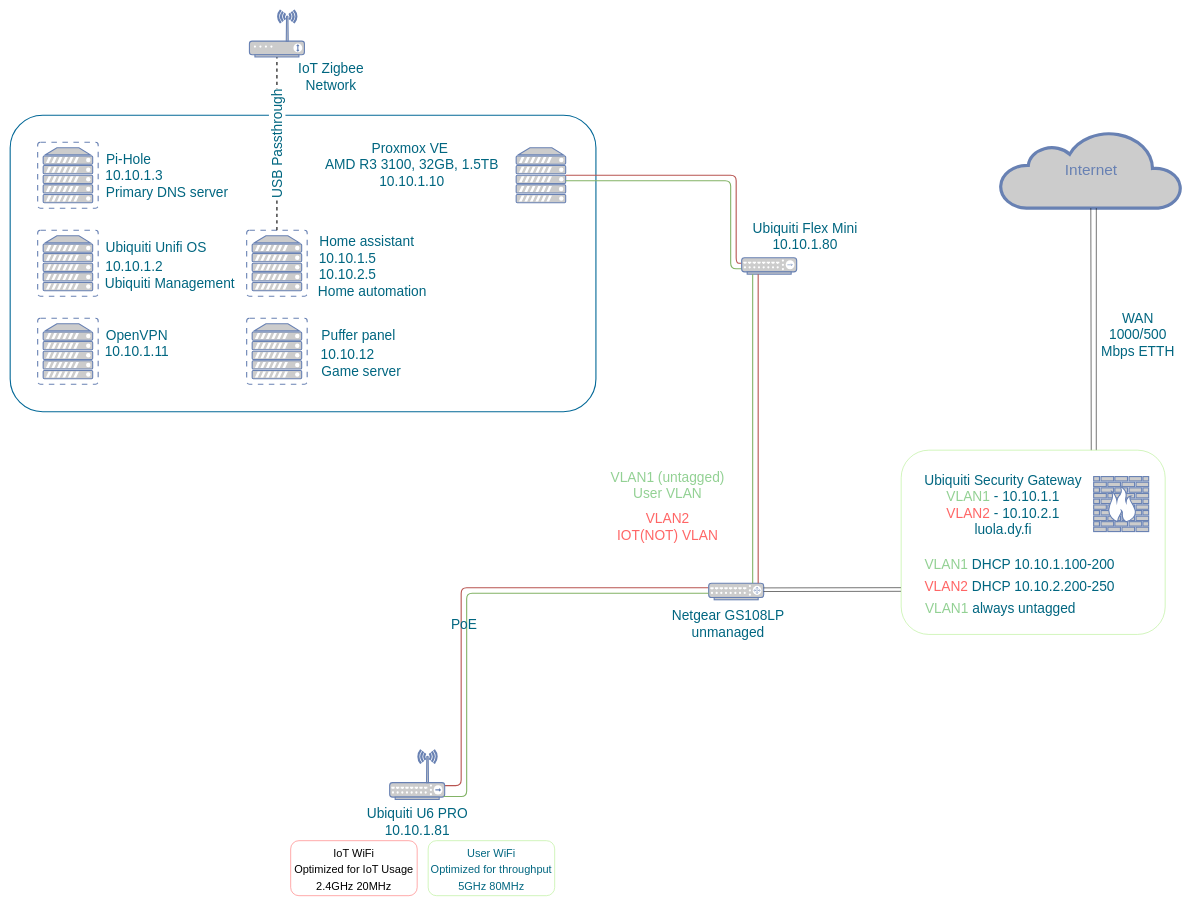
Before: Drawio/network.drawio in Vili-B/HomeLab, a draw.io diagram. Source tidied: cells renumbered, new cells numbered last; positions are measured from the earlier drawing's top-left corner, leaving out a move shared by most shapes. Both pictures are drawn from the tidied source at 55%, with x=0, y=0 at pixel (10, 10).
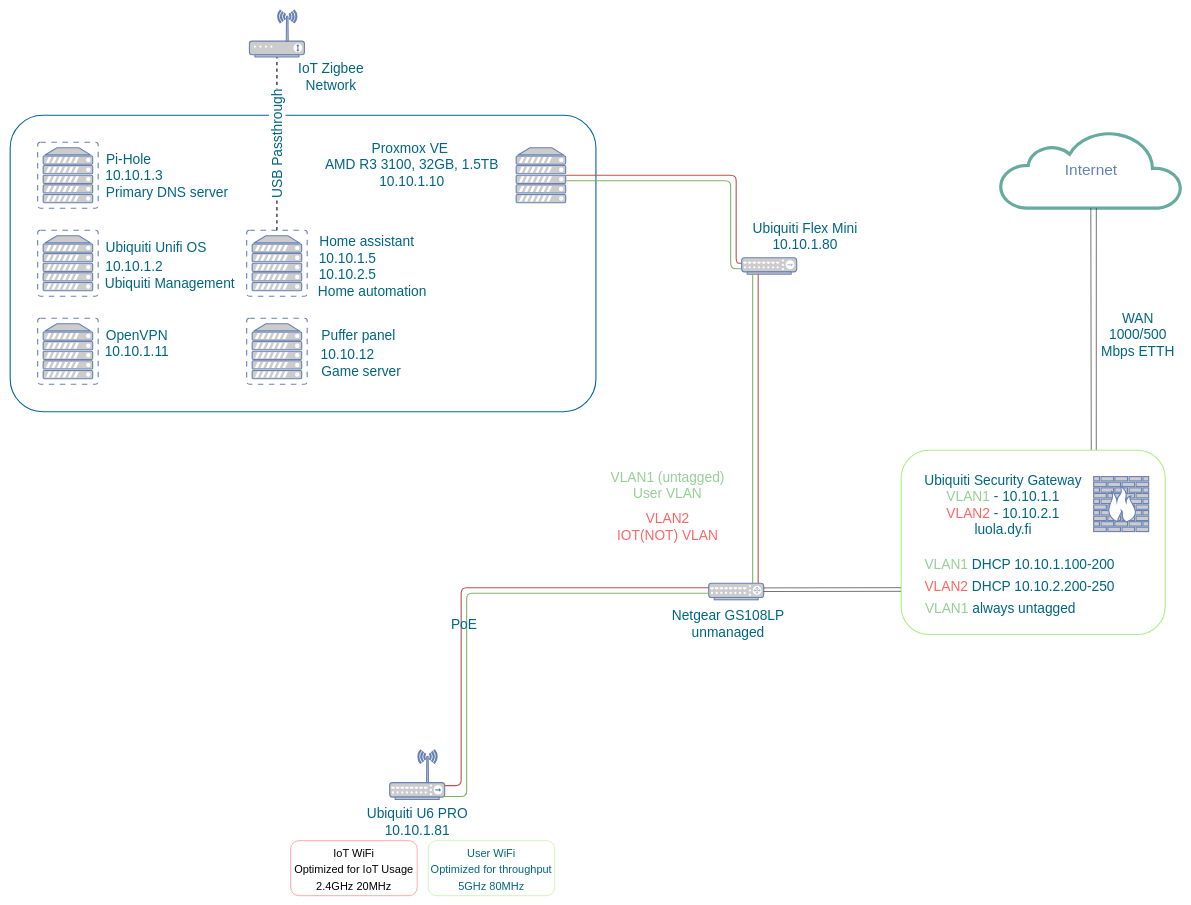
The same page after the edit.

The edit, as a diff of the source:
```diff
@@
-    <mxCell id="6" value="Internet" style="html=1;fillColor=#CCCCCC;strokeColor=#6881B3;gradientColor=none;gradientDirection=north;strokeWidth=2;shape=mxgraph.networks.cloud;fontColor=#6881B3;rounded=0;shadow=0;comic=0;align=center;fontSize=28;" parent="1" vertex="1">
+    <mxCell id="6" value="Internet" style="html=1;fillColor=#FFFFFF;strokeColor=#67AB9F;gradientColor=none;gradientDirection=north;strokeWidth=2;shape=mxgraph.networks.cloud;fontColor=#6881B3;rounded=0;shadow=0;comic=0;align=center;fontSize=28;" parent="1" vertex="1">
       <mxGeometry x="1800" y="220" width="330" height="140" as="geometry" />
     </mxCell>
@@
-    <mxCell id="18" style="rounded=1;whiteSpace=wrap;html=1;strokeColor=#ACED87;fontSize=25;fontColor=#FF6666;" parent="1" vertex="1">
+    <mxCell id="18" style="rounded=1;whiteSpace=wrap;html=1;strokeColor=#ACED87;fontSize=25;fontColor=#FF6666;strokeWidth=2;" parent="1" vertex="1">
       <mxGeometry x="1620" y="800" width="480" height="335" as="geometry" />
     </mxCell>
```
